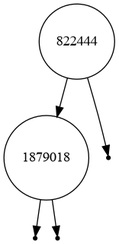
EstebanDeLaHoz0501/Laboratorio1ED2 keeps this Graphviz diagram as arbol.png. Above is the earlier version. Its source is kept beside it as arbol.dot.
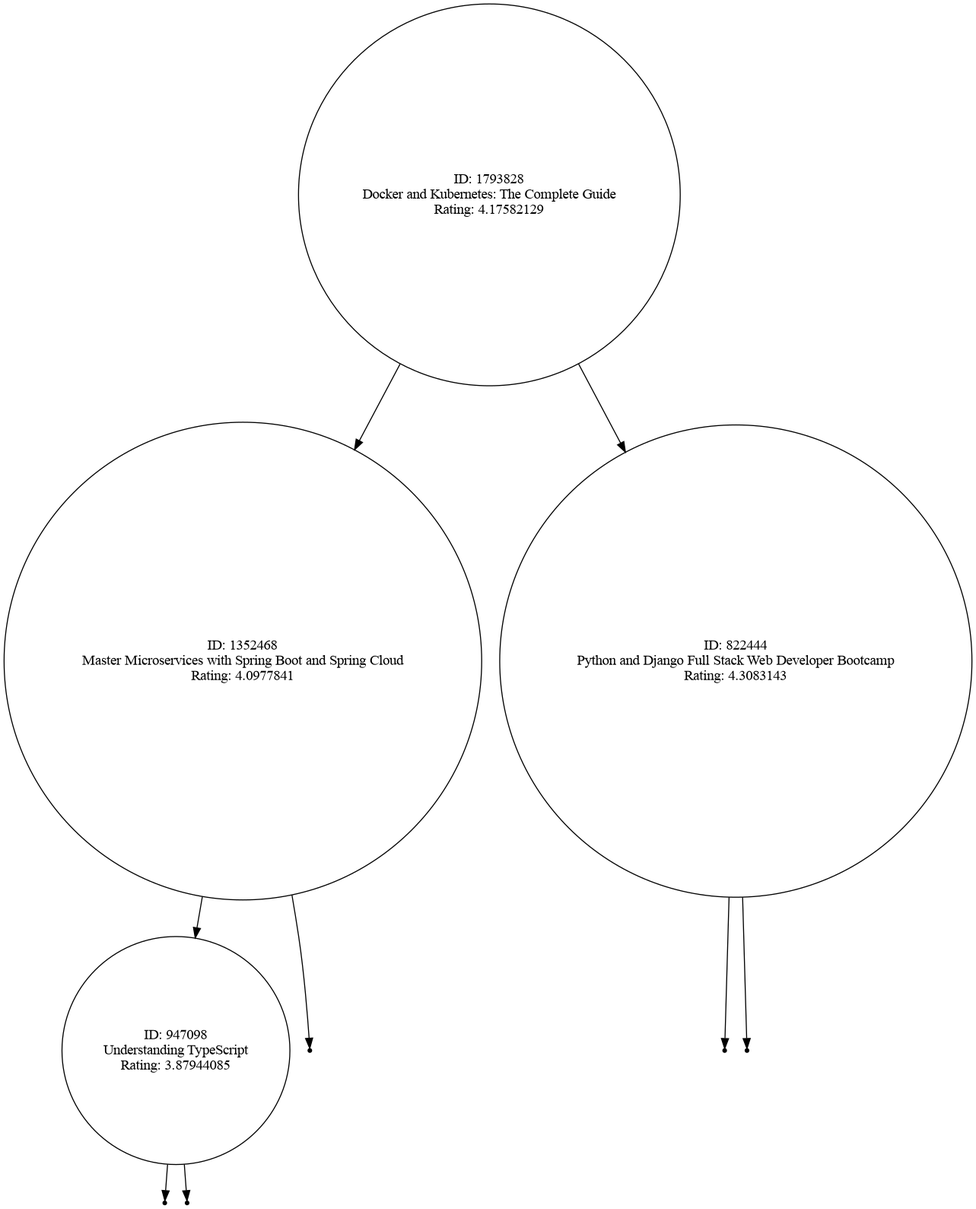
The same file after the commit.

Diff of the diagram source:
```diff
@@ -1,13 +1,21 @@
 digraph AVL {
 node [shape=circle];
 rankdir=TB;
-822444;
-822444 -> 1879018;
-1879018;
-nullL1879018 [shape=point];
-1879018 -> nullL1879018;
-nullR1879018 [shape=point];
-1879018 -> nullR1879018;
+1793828 [label="ID: 1793828\nDocker and Kubernetes: The Complete Guide\nRating: 4.17582129"];
+1793828 -> 1352468;
+1352468 [label="ID: 1352468\nMaster Microservices with Spring Boot and Spring Cloud\nRating: 4.0977841"];
+1352468 -> 947098;
+947098 [label="ID: 947098\nUnderstanding TypeScript\nRating: 3.87944085"];
+nullL947098 [shape=point];
+947098 -> nullL947098;
+nullR947098 [shape=point];
+947098 -> nullR947098;
+nullR1352468 [shape=point];
+1352468 -> nullR1352468;
+1793828 -> 822444;
+822444 [label="ID: 822444\nPython and Django Full Stack Web Developer Bootcamp\nRating: 4.3083143"];
+nullL822444 [shape=point];
+822444 -> nullL822444;
 nullR822444 [shape=point];
 822444 -> nullR822444;
 }
```
